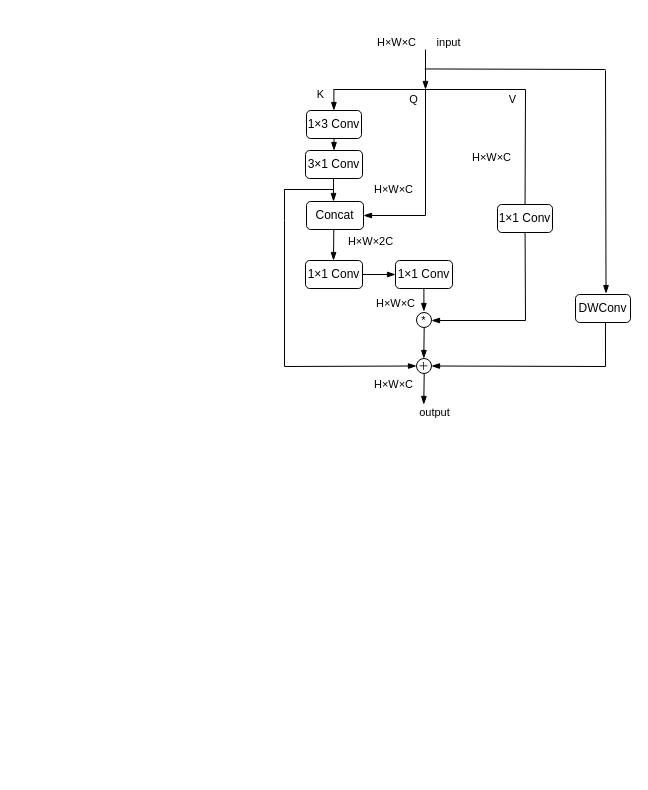
Above: c-cot_layer.drawio in recluse99/tcp_ip (draw.io), before the change. Source tidied: cells renumbered, new cells numbered last; positions are measured from the earlier drawing's top-left corner, leaving out a move shared by most shapes. Both pictures are drawn from the tidied source at 100%, with x=0, y=0 at pixel (284, 17).
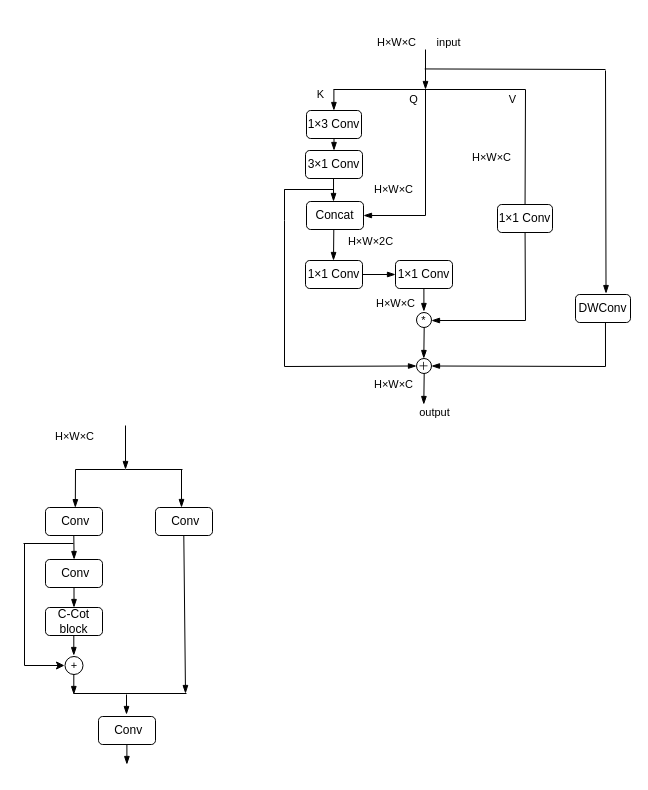
The same page after the edit.

Diff of the diagram source:
```diff
@@
+    <mxCell id="45" value="&amp;nbsp;Conv" style="rounded=1;whiteSpace=wrap;html=1;" parent="1" vertex="1">
+      <mxGeometry x="-239" y="490" width="57" height="28" as="geometry" />
+    </mxCell>
+    <mxCell id="46" value="&amp;nbsp;Conv" style="rounded=1;whiteSpace=wrap;html=1;" parent="1" vertex="1">
+      <mxGeometry x="-129" y="490" width="57" height="28" as="geometry" />
+    </mxCell>
+    <mxCell id="47" style="endArrow=blockThin;html=1;rounded=0;endFill=1;strokeWidth=1;" parent="1" edge="1">
+      <mxGeometry relative="1" as="geometry">
+        <mxPoint x="-159" y="408" as="sourcePoint" />
+        <mxPoint x="-159" y="452" as="targetPoint" />
+      </mxGeometry>
+    </mxCell>
+    <mxCell id="48" style="endArrow=none;html=1;rounded=0;labelBackgroundColor=default;strokeColor=default;fontFamily=Helvetica;fontSize=11;fontColor=default;shape=connector;" parent="1" edge="1">
+      <mxGeometry relative="1" as="geometry">
+        <mxPoint x="-209" y="452" as="sourcePoint" />
+        <mxPoint x="-159" y="452" as="targetPoint" />
+      </mxGeometry>
+    </mxCell>
+    <mxCell id="49" style="endArrow=blockThin;html=1;rounded=0;endFill=1;strokeWidth=1;entryX=0.523;entryY=0.005;entryDx=0;entryDy=0;entryPerimeter=0;" parent="1" edge="1" target="45">
+      <mxGeometry relative="1" as="geometry">
+        <mxPoint x="-209" y="452" as="sourcePoint" />
+      </mxGeometry>
+    </mxCell>
+    <mxCell id="50" style="edgeStyle=none;shape=connector;rounded=0;orthogonalLoop=1;jettySize=auto;html=1;exitX=0.75;exitY=0;exitDx=0;exitDy=0;labelBackgroundColor=default;strokeColor=default;fontFamily=Helvetica;fontSize=11;fontColor=default;endArrow=openThin;endFill=0;" parent="1" edge="1" source="45" target="45">
+      <mxGeometry relative="1" as="geometry" />
+    </mxCell>
+    <mxCell id="51" style="endArrow=blockThin;html=1;rounded=0;endFill=1;strokeWidth=1;" parent="1" edge="1">
+      <mxGeometry relative="1" as="geometry">
+        <mxPoint x="-210.7" y="518" as="sourcePoint" />
+        <mxPoint x="-210.4" y="542" as="targetPoint" />
+      </mxGeometry>
+    </mxCell>
+    <mxCell id="52" value="&amp;nbsp;Conv" style="rounded=1;whiteSpace=wrap;html=1;" parent="1" vertex="1">
+      <mxGeometry x="-239" y="542" width="57" height="28" as="geometry" />
+    </mxCell>
+    <mxCell id="53" value="C-Cot block" style="rounded=1;whiteSpace=wrap;html=1;" parent="1" vertex="1">
+      <mxGeometry x="-239" y="590" width="57" height="28" as="geometry" />
+    </mxCell>
+    <mxCell id="54" style="endArrow=blockThin;html=1;rounded=0;endFill=1;strokeWidth=1;entryX=0.5;entryY=0;entryDx=0;entryDy=0;exitX=0.5;exitY=1;exitDx=0;exitDy=0;" parent="1" edge="1" source="52" target="53">
+      <mxGeometry relative="1" as="geometry" />
+    </mxCell>
+    <mxCell id="55" style="endArrow=none;html=1;rounded=0;labelBackgroundColor=default;strokeColor=default;fontFamily=Helvetica;fontSize=11;fontColor=default;shape=connector;" parent="1" edge="1">
+      <mxGeometry relative="1" as="geometry">
+        <mxPoint x="-261" y="526" as="sourcePoint" />
+        <mxPoint x="-211" y="526" as="targetPoint" />
+      </mxGeometry>
+    </mxCell>
+    <mxCell id="56" style="endArrow=none;html=1;rounded=0;labelBackgroundColor=default;strokeColor=default;fontFamily=Helvetica;fontSize=11;fontColor=default;shape=connector;" parent="1" edge="1">
+      <mxGeometry relative="1" as="geometry">
+        <mxPoint x="-260" y="648" as="sourcePoint" />
+        <mxPoint x="-260" y="526" as="targetPoint" />
+      </mxGeometry>
+    </mxCell>
+    <mxCell id="57" value="+" style="ellipse;whiteSpace=wrap;html=1;fontFamily=Helvetica;fontSize=11;fontColor=default;" parent="1" vertex="1">
+      <mxGeometry x="-219.5" y="639" width="18" height="18" as="geometry" />
+    </mxCell>
+    <mxCell id="58" style="endArrow=blockThin;html=1;rounded=0;endFill=1;strokeWidth=1;entryX=0.5;entryY=0;entryDx=0;entryDy=0;exitX=0.5;exitY=1;exitDx=0;exitDy=0;" parent="1" edge="1">
+      <mxGeometry relative="1" as="geometry">
+        <mxPoint x="-210.7" y="618" as="sourcePoint" />
+        <mxPoint x="-210.7" y="638" as="targetPoint" />
+      </mxGeometry>
+    </mxCell>
+    <mxCell id="59" style="endArrow=blockThin;html=1;rounded=0;endFill=1;strokeWidth=1;entryX=0.5;entryY=0;entryDx=0;entryDy=0;exitX=0.5;exitY=1;exitDx=0;exitDy=0;" parent="1" edge="1">
+      <mxGeometry relative="1" as="geometry">
+        <mxPoint x="-210.7" y="657" as="sourcePoint" />
+        <mxPoint x="-210.7" y="677" as="targetPoint" />
+      </mxGeometry>
+    </mxCell>
+    <mxCell id="60" style="endArrow=blockThin;html=1;rounded=0;endFill=1;strokeWidth=1;" parent="1" edge="1">
+      <mxGeometry relative="1" as="geometry">
+        <mxPoint x="-100.7" y="518" as="sourcePoint" />
+        <mxPoint x="-99" y="676" as="targetPoint" />
+      </mxGeometry>
+    </mxCell>
+    <mxCell id="61" style="endArrow=none;html=1;rounded=0;labelBackgroundColor=default;strokeColor=default;fontFamily=Helvetica;fontSize=11;fontColor=default;shape=connector;" parent="1" edge="1">
+      <mxGeometry relative="1" as="geometry">
+        <mxPoint x="-211" y="676" as="sourcePoint" />
+        <mxPoint x="-98" y="676" as="targetPoint" />
+      </mxGeometry>
+    </mxCell>
+    <mxCell id="62" style="endArrow=blockThin;html=1;rounded=0;endFill=1;strokeWidth=1;entryX=0.5;entryY=0;entryDx=0;entryDy=0;exitX=0.5;exitY=1;exitDx=0;exitDy=0;" parent="1" edge="1">
+      <mxGeometry relative="1" as="geometry">
+        <mxPoint x="-158" y="677" as="sourcePoint" />
+        <mxPoint x="-158" y="697" as="targetPoint" />
+      </mxGeometry>
+    </mxCell>
+    <mxCell id="63" value="&amp;nbsp;Conv" style="rounded=1;whiteSpace=wrap;html=1;" parent="1" vertex="1">
+      <mxGeometry x="-186" y="699" width="57" height="28" as="geometry" />
+    </mxCell>
+    <mxCell id="64" style="endArrow=blockThin;html=1;rounded=0;endFill=1;strokeWidth=1;entryX=0.5;entryY=0;entryDx=0;entryDy=0;exitX=0.5;exitY=1;exitDx=0;exitDy=0;" parent="1" edge="1">
+      <mxGeometry relative="1" as="geometry">
+        <mxPoint x="-157.6" y="727" as="sourcePoint" />
+        <mxPoint x="-157.6" y="747" as="targetPoint" />
+      </mxGeometry>
+    </mxCell>
+    <mxCell id="65" style="endArrow=none;html=1;rounded=0;labelBackgroundColor=default;strokeColor=default;fontFamily=Helvetica;fontSize=11;fontColor=default;shape=connector;" parent="1" edge="1">
+      <mxGeometry relative="1" as="geometry">
+        <mxPoint x="-159" y="452" as="sourcePoint" />
+        <mxPoint x="-102" y="452" as="targetPoint" />
+      </mxGeometry>
+    </mxCell>
+    <mxCell id="66" style="endArrow=blockThin;html=1;rounded=0;endFill=1;strokeWidth=1;entryX=0.523;entryY=0.005;entryDx=0;entryDy=0;entryPerimeter=0;" parent="1" edge="1">
+      <mxGeometry relative="1" as="geometry">
+        <mxPoint x="-103" y="452" as="sourcePoint" />
+        <mxPoint x="-103" y="490" as="targetPoint" />
+      </mxGeometry>
+    </mxCell>
+    <mxCell id="67" style="endArrow=classic;html=1;rounded=0;labelBackgroundColor=default;strokeColor=default;fontFamily=Helvetica;fontSize=11;fontColor=default;shape=connector;" parent="1" edge="1">
+      <mxGeometry relative="1" as="geometry">
+        <mxPoint x="-260" y="648" as="sourcePoint" />
+        <mxPoint x="-220" y="648" as="targetPoint" />
+      </mxGeometry>
+    </mxCell>
+    <mxCell id="68" value="H×W×C" style="text;html=1;align=center;verticalAlign=middle;strokeColor=none;fillColor=none;fontSize=11;fontFamily=Helvetica;fontColor=default;" parent="1" vertex="1">
+      <mxGeometry x="-241" y="406" width="61" height="26" as="geometry" />
+    </mxCell>
```
